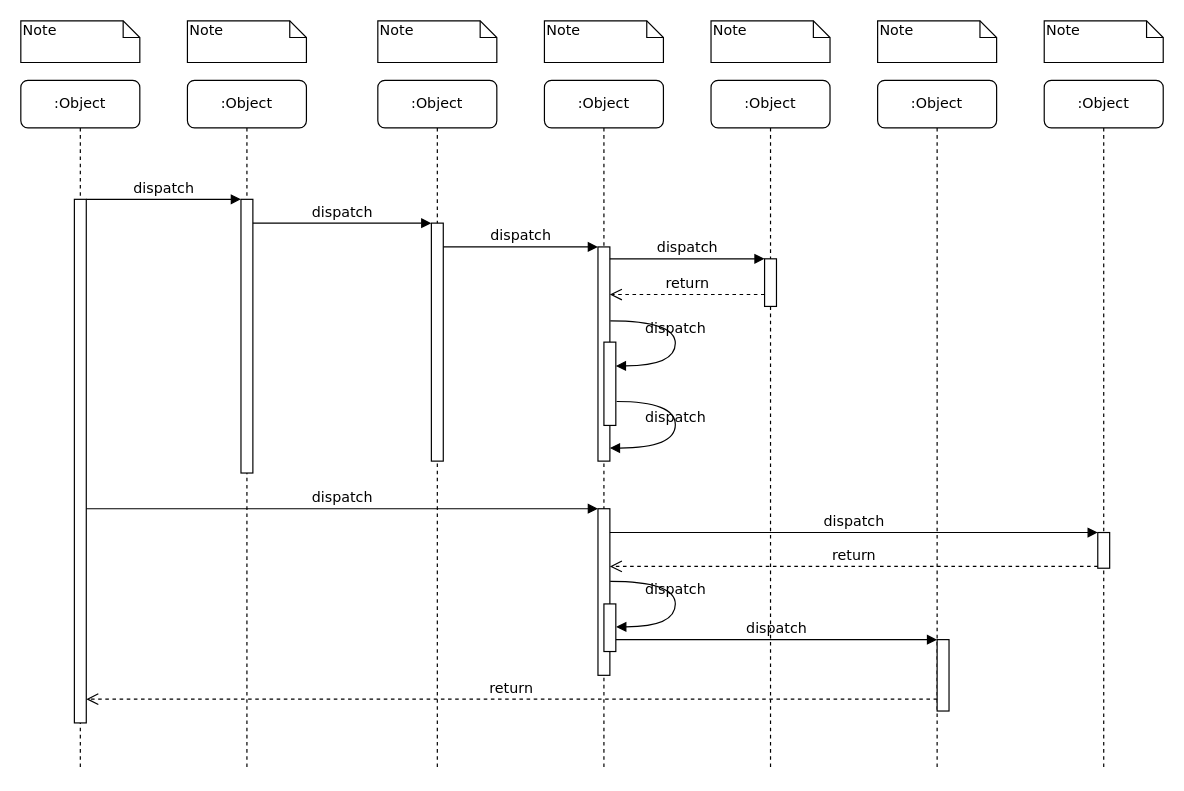
Earlier version of the draw.io diagram 未命名绘图.drawio (baimu7/homework). Source tidied: cells renumbered, new cells numbered last; positions are measured from the earlier drawing's top-left corner, leaving out a move shared by most shapes. Both pictures are drawn from the tidied source at 119%, with x=0, y=0 at pixel (20, 20).
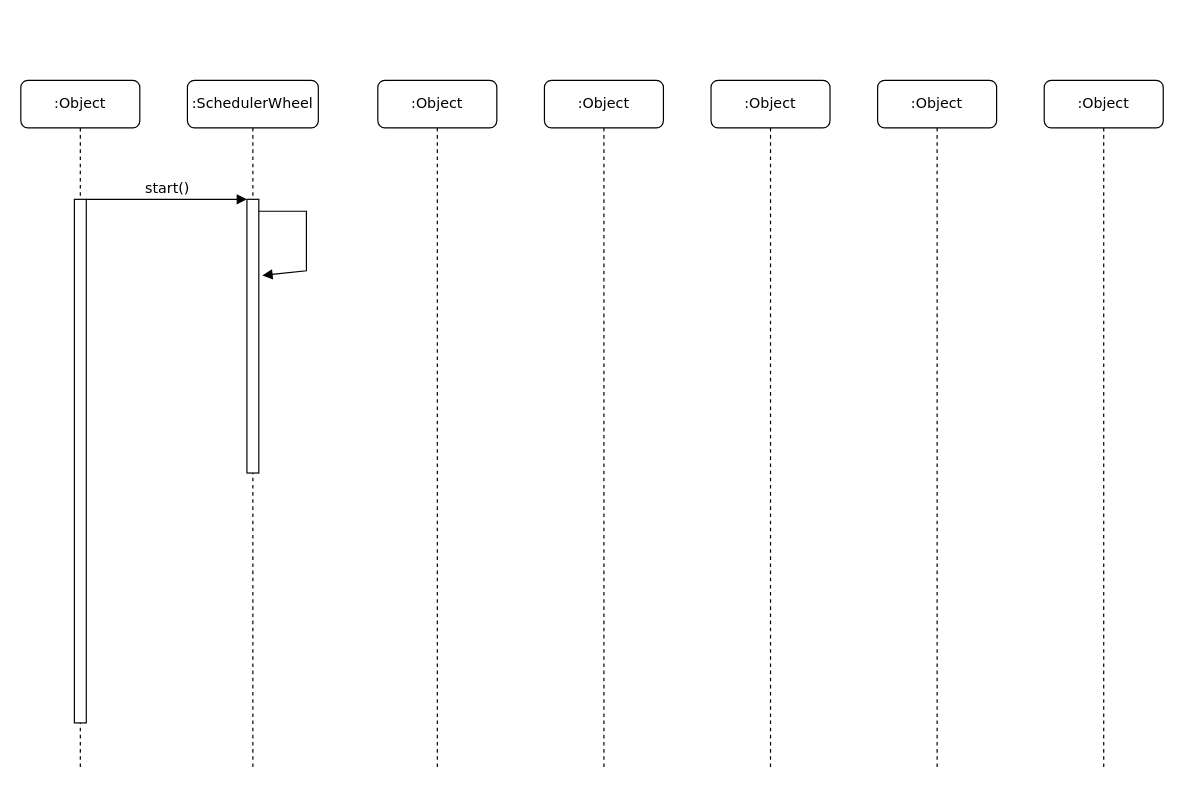
The same diagram, later.

Commit message:
时间轮推动.drawio

Unchanged cells that the change refers to:
```xml
<mxCell id="4" value=":Object" style="shape=umlLifeline;perimeter=lifelinePerimeter;whiteSpace=wrap;html=1;rounded=1;shadow=0;comic=0;labelBackgroundColor=none;strokeWidth=1;fontFamily=Verdana;fontSize=12;align=center;" parent="1" vertex="1">
  <mxGeometry x="300" y="50" width="100" height="580" as="geometry" />
</mxCell>
<mxCell id="11" style="html=1;points=[];perimeter=orthogonalPerimeter;rounded=0;shadow=0;comic=0;labelBackgroundColor=none;strokeWidth=1;fontFamily=Verdana;fontSize=12;align=center;" parent="10" vertex="1">
  <mxGeometry x="45" y="100" width="10" height="440" as="geometry" />
</mxCell>
```

The edit, as a diff of the source:
```diff
@@
-    <mxCell id="2" value=":Object" style="shape=umlLifeline;perimeter=lifelinePerimeter;whiteSpace=wrap;html=1;rounded=1;shadow=0;comic=0;labelBackgroundColor=none;strokeWidth=1;fontFamily=Verdana;fontSize=12;align=center;" parent="1" vertex="1">
-      <mxGeometry x="140" y="50" width="100" height="580" as="geometry" />
+    <mxCell id="2" value=":SchedulerWheel" style="shape=umlLifeline;perimeter=lifelinePerimeter;whiteSpace=wrap;html=1;rounded=1;shadow=0;comic=0;labelBackgroundColor=none;strokeWidth=1;fontFamily=Verdana;fontSize=12;align=center;" parent="1" vertex="1">
+      <mxGeometry x="140" y="50" width="110" height="580" as="geometry" />
     </mxCell>
     <mxCell id="3" style="html=1;points=[];perimeter=orthogonalPerimeter;rounded=0;shadow=0;comic=0;labelBackgroundColor=none;strokeWidth=1;fontFamily=Verdana;fontSize=12;align=center;" parent="2" vertex="1">
-      <mxGeometry x="45" y="100" width="10" height="230" as="geometry" />
+      <mxGeometry x="50" y="100" width="10" height="230" as="geometry" />
     </mxCell>
+    <mxCell id="39" style="html=1;verticalAlign=bottom;labelBackgroundColor=none;endArrow=block;endFill=1;rounded=0;entryX=1.3;entryY=0.278;entryDx=0;entryDy=0;entryPerimeter=0;" parent="2" edge="1" target="3">
+      <mxGeometry relative="1" as="geometry">
+        <mxPoint x="60" y="110" as="sourcePoint" />
+        <Array as="points">
+          <mxPoint x="100" y="110" />
+          <mxPoint x="100" y="140" />
+          <mxPoint x="100" y="160" />
+        </Array>
+      </mxGeometry>
+    </mxCell>
@@
-    <mxCell id="5" style="html=1;points=[];perimeter=orthogonalPerimeter;rounded=0;shadow=0;comic=0;labelBackgroundColor=none;strokeWidth=1;fontFamily=Verdana;fontSize=12;align=center;" parent="4" vertex="1">
-      <mxGeometry x="45" y="120" width="10" height="200" as="geometry" />
-    </mxCell>
@@
-    <mxCell id="12" style="html=1;points=[];perimeter=orthogonalPerimeter;rounded=0;shadow=0;comic=0;labelBackgroundColor=none;strokeWidth=1;fontFamily=Verdana;fontSize=12;align=center;" parent="1" vertex="1">
-      <mxGeometry x="485" y="190" width="10" height="180" as="geometry" />
-    </mxCell>
-    <mxCell id="13" value="dispatch" style="html=1;verticalAlign=bottom;endArrow=block;labelBackgroundColor=none;fontFamily=Verdana;fontSize=12;edgeStyle=elbowEdgeStyle;elbow=vertical;" parent="1" edge="1" source="5" target="12">
-      <mxGeometry relative="1" as="geometry">
-        <Array as="points">
-          <mxPoint x="360" y="190" />
-        </Array>
-      </mxGeometry>
-    </mxCell>
-    <mxCell id="14" style="html=1;points=[];perimeter=orthogonalPerimeter;rounded=0;shadow=0;comic=0;labelBackgroundColor=none;strokeWidth=1;fontFamily=Verdana;fontSize=12;align=center;" parent="1" vertex="1">
-      <mxGeometry x="625" y="200" width="10" height="40" as="geometry" />
-    </mxCell>
-    <mxCell id="15" value="dispatch" style="html=1;verticalAlign=bottom;endArrow=block;entryX=0;entryY=0;labelBackgroundColor=none;fontFamily=Verdana;fontSize=12;edgeStyle=elbowEdgeStyle;elbow=vertical;" parent="1" edge="1" source="12" target="14">
-      <mxGeometry relative="1" as="geometry" />
-    </mxCell>
-    <mxCell id="16" value="return" style="html=1;verticalAlign=bottom;endArrow=open;dashed=1;endSize=8;labelBackgroundColor=none;fontFamily=Verdana;fontSize=12;edgeStyle=elbowEdgeStyle;elbow=vertical;" parent="1" edge="1" source="14" target="12">
-      <mxGeometry relative="1" as="geometry">
-        <Array as="points">
-          <mxPoint x="570" y="230" />
-          <mxPoint x="600" y="230" />
-        </Array>
-      </mxGeometry>
-    </mxCell>
-    <mxCell id="17" style="html=1;points=[];perimeter=orthogonalPerimeter;rounded=0;shadow=0;comic=0;labelBackgroundColor=none;strokeWidth=1;fontFamily=Verdana;fontSize=12;align=center;" parent="1" vertex="1">
-      <mxGeometry x="485" y="410" width="10" height="140" as="geometry" />
-    </mxCell>
-    <mxCell id="18" value="dispatch" style="html=1;verticalAlign=bottom;endArrow=block;entryX=0;entryY=0;labelBackgroundColor=none;fontFamily=Verdana;fontSize=12;" parent="1" edge="1" source="11" target="17">
-      <mxGeometry relative="1" as="geometry" />
-    </mxCell>
-    <mxCell id="19" style="html=1;points=[];perimeter=orthogonalPerimeter;rounded=0;shadow=0;comic=0;labelBackgroundColor=none;strokeColor=#000000;strokeWidth=1;fillColor=#FFFFFF;fontFamily=Verdana;fontSize=12;fontColor=#000000;align=center;" parent="1" vertex="1">
-      <mxGeometry x="905" y="430" width="10" height="30" as="geometry" />
-    </mxCell>
-    <mxCell id="20" value="dispatch" style="html=1;verticalAlign=bottom;endArrow=block;entryX=0;entryY=0;labelBackgroundColor=none;fontFamily=Verdana;fontSize=12;" parent="1" edge="1" source="17" target="19">
-      <mxGeometry relative="1" as="geometry" />
-    </mxCell>
-    <mxCell id="21" value="return" style="html=1;verticalAlign=bottom;endArrow=open;dashed=1;endSize=8;exitX=0;exitY=0.95;labelBackgroundColor=none;fontFamily=Verdana;fontSize=12;" parent="1" edge="1" source="19" target="17">
-      <mxGeometry relative="1" as="geometry" />
-    </mxCell>
-    <mxCell id="22" style="html=1;points=[];perimeter=orthogonalPerimeter;rounded=0;shadow=0;comic=0;labelBackgroundColor=none;strokeWidth=1;fontFamily=Verdana;fontSize=12;align=center;" parent="1" vertex="1">
-      <mxGeometry x="770" y="520" width="10" height="60" as="geometry" />
-    </mxCell>
-    <mxCell id="23" value="dispatch" style="html=1;verticalAlign=bottom;endArrow=block;entryX=0;entryY=0;labelBackgroundColor=none;fontFamily=Verdana;fontSize=12;edgeStyle=elbowEdgeStyle;elbow=vertical;" parent="1" edge="1" source="30" target="22">
-      <mxGeometry relative="1" as="geometry" />
-    </mxCell>
-    <mxCell id="24" value="return" style="html=1;verticalAlign=bottom;endArrow=open;dashed=1;endSize=8;labelBackgroundColor=none;fontFamily=Verdana;fontSize=12;edgeStyle=elbowEdgeStyle;elbow=vertical;" parent="1" edge="1" source="22" target="11">
-      <mxGeometry relative="1" as="geometry">
-        <Array as="points">
-          <mxPoint x="470" y="570" />
-        </Array>
-      </mxGeometry>
-    </mxCell>
-    <mxCell id="25" value="dispatch" style="html=1;verticalAlign=bottom;endArrow=block;entryX=0;entryY=0;labelBackgroundColor=none;fontFamily=Verdana;fontSize=12;edgeStyle=elbowEdgeStyle;elbow=vertical;" parent="1" edge="1" source="11" target="3">
-      <mxGeometry relative="1" as="geometry" />
+    <mxCell id="25" value="start()" style="html=1;verticalAlign=bottom;endArrow=block;entryX=0;entryY=0;labelBackgroundColor=none;fontFamily=Verdana;fontSize=12;edgeStyle=elbowEdgeStyle;elbow=vertical;" parent="1" edge="1" source="11" target="3">
+      <mxGeometry x="0.01" relative="1" as="geometry" />
     </mxCell>
-    <mxCell id="26" value="dispatch" style="html=1;verticalAlign=bottom;endArrow=block;entryX=0;entryY=0;labelBackgroundColor=none;fontFamily=Verdana;fontSize=12;edgeStyle=elbowEdgeStyle;elbow=vertical;" parent="1" edge="1" source="3" target="5">
-      <mxGeometry relative="1" as="geometry" />
-    </mxCell>
-    <mxCell id="27" style="html=1;points=[];perimeter=orthogonalPerimeter;rounded=0;shadow=0;comic=0;labelBackgroundColor=none;strokeWidth=1;fontFamily=Verdana;fontSize=12;align=center;" parent="1" vertex="1">
-      <mxGeometry x="490" y="270" width="10" height="70" as="geometry" />
-    </mxCell>
-    <mxCell id="28" value="dispatch" style="html=1;verticalAlign=bottom;endArrow=block;labelBackgroundColor=none;fontFamily=Verdana;fontSize=12;elbow=vertical;edgeStyle=orthogonalEdgeStyle;curved=1;entryX=1;entryY=0.286;entryPerimeter=0;exitX=1.038;exitY=0.345;exitPerimeter=0;" parent="1" edge="1" source="12" target="27">
-      <mxGeometry relative="1" as="geometry">
-        <Array as="points">
-          <mxPoint x="550" y="252" />
-          <mxPoint x="550" y="290" />
-        </Array>
-      </mxGeometry>
-    </mxCell>
-    <mxCell id="29" value="dispatch" style="html=1;verticalAlign=bottom;endArrow=block;labelBackgroundColor=none;fontFamily=Verdana;fontSize=12;elbow=vertical;edgeStyle=orthogonalEdgeStyle;curved=1;exitX=1.066;exitY=0.713;exitPerimeter=0;" parent="1" edge="1" source="27">
-      <mxGeometry relative="1" as="geometry">
-        <mxPoint x="495" y="359" as="targetPoint" />
-        <Array as="points">
-          <mxPoint x="550" y="320" />
-          <mxPoint x="550" y="359" />
-        </Array>
-      </mxGeometry>
-    </mxCell>
-    <mxCell id="30" style="html=1;points=[];perimeter=orthogonalPerimeter;rounded=0;shadow=0;comic=0;labelBackgroundColor=none;strokeWidth=1;fontFamily=Verdana;fontSize=12;align=center;" parent="1" vertex="1">
-      <mxGeometry x="490" y="490" width="10" height="40" as="geometry" />
-    </mxCell>
-    <mxCell id="31" value="dispatch" style="html=1;verticalAlign=bottom;endArrow=block;labelBackgroundColor=none;fontFamily=Verdana;fontSize=12;elbow=vertical;edgeStyle=orthogonalEdgeStyle;curved=1;entryX=1;entryY=0.286;entryPerimeter=0;exitX=1.038;exitY=0.345;exitPerimeter=0;" parent="1" edge="1">
-      <mxGeometry relative="1" as="geometry">
-        <mxPoint x="495.3" y="471" as="sourcePoint" />
-        <mxPoint x="500.3" y="509.3" as="targetPoint" />
-        <Array as="points">
-          <mxPoint x="550" y="471" />
-          <mxPoint x="550" y="509" />
-        </Array>
-      </mxGeometry>
-    </mxCell>
-    <mxCell id="32" value="Note" style="shape=note;whiteSpace=wrap;html=1;size=14;verticalAlign=top;align=left;spacingTop=-6;rounded=0;shadow=0;comic=0;labelBackgroundColor=none;strokeWidth=1;fontFamily=Verdana;fontSize=12;" parent="1" vertex="1">
-      <mxGeometry width="100" height="35" as="geometry" />
-    </mxCell>
-    <mxCell id="33" value="Note" style="shape=note;whiteSpace=wrap;html=1;size=14;verticalAlign=top;align=left;spacingTop=-6;rounded=0;shadow=0;comic=0;labelBackgroundColor=none;strokeWidth=1;fontFamily=Verdana;fontSize=12;" parent="1" vertex="1">
-      <mxGeometry x="140" width="100" height="35" as="geometry" />
-    </mxCell>
-    <mxCell id="34" value="Note" style="shape=note;whiteSpace=wrap;html=1;size=14;verticalAlign=top;align=left;spacingTop=-6;rounded=0;shadow=0;comic=0;labelBackgroundColor=none;strokeWidth=1;fontFamily=Verdana;fontSize=12;" parent="1" vertex="1">
-      <mxGeometry x="300" width="100" height="35" as="geometry" />
-    </mxCell>
-    <mxCell id="35" value="Note" style="shape=note;whiteSpace=wrap;html=1;size=14;verticalAlign=top;align=left;spacingTop=-6;rounded=0;shadow=0;comic=0;labelBackgroundColor=none;strokeWidth=1;fontFamily=Verdana;fontSize=12;" parent="1" vertex="1">
-      <mxGeometry x="440" width="100" height="35" as="geometry" />
-    </mxCell>
-    <mxCell id="36" value="Note" style="shape=note;whiteSpace=wrap;html=1;size=14;verticalAlign=top;align=left;spacingTop=-6;rounded=0;shadow=0;comic=0;labelBackgroundColor=none;strokeWidth=1;fontFamily=Verdana;fontSize=12;" parent="1" vertex="1">
-      <mxGeometry x="580" width="100" height="35" as="geometry" />
-    </mxCell>
-    <mxCell id="37" value="Note" style="shape=note;whiteSpace=wrap;html=1;size=14;verticalAlign=top;align=left;spacingTop=-6;rounded=0;shadow=0;comic=0;labelBackgroundColor=none;strokeWidth=1;fontFamily=Verdana;fontSize=12;" parent="1" vertex="1">
-      <mxGeometry x="720" width="100" height="35" as="geometry" />
-    </mxCell>
-    <mxCell id="38" value="Note" style="shape=note;whiteSpace=wrap;html=1;size=14;verticalAlign=top;align=left;spacingTop=-6;rounded=0;shadow=0;comic=0;labelBackgroundColor=none;strokeWidth=1;fontFamily=Verdana;fontSize=12;" parent="1" vertex="1">
-      <mxGeometry x="860" width="100" height="35" as="geometry" />
-    </mxCell>
```
